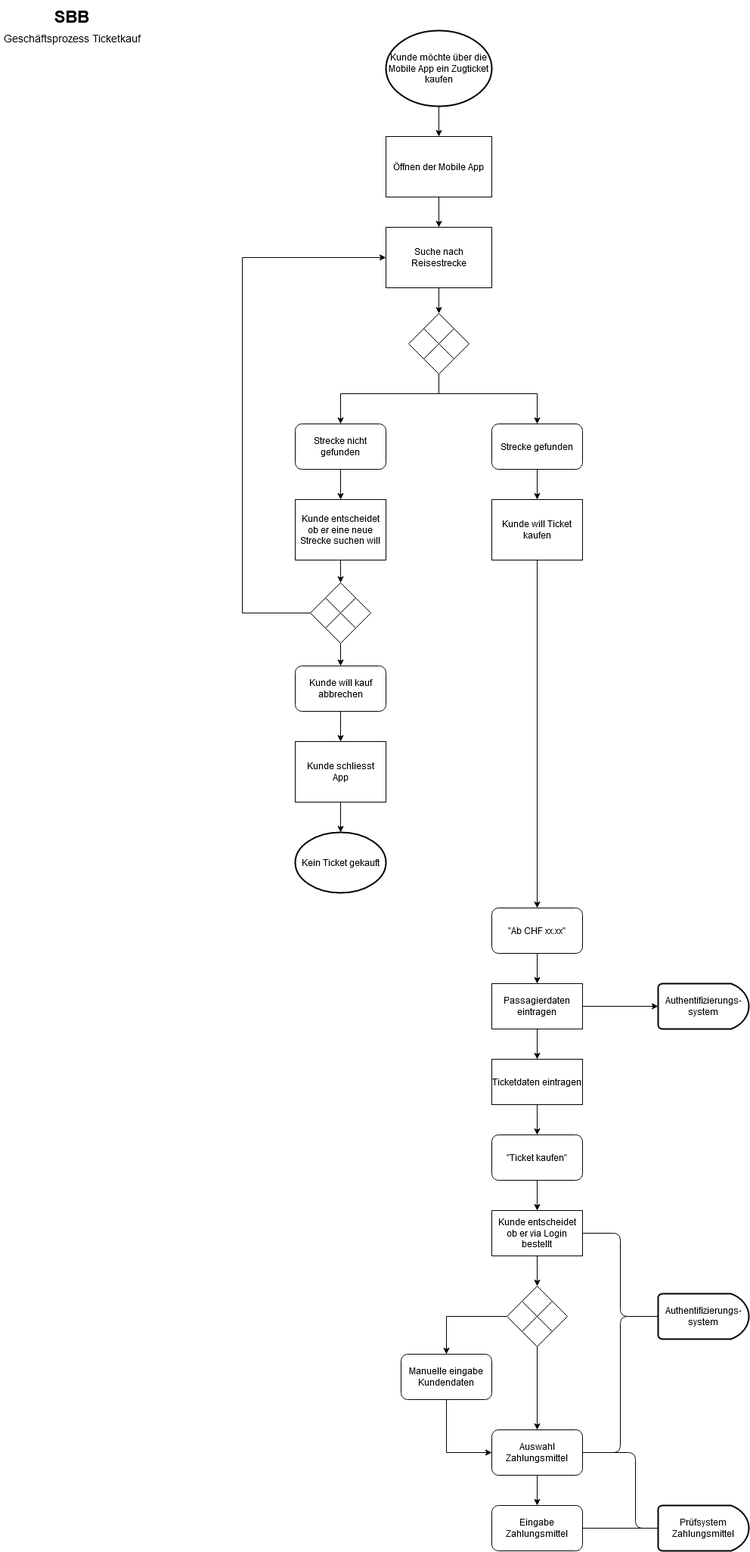
Above: ablaufdiagramm.png in MokthecoolWok/m254 (draw.io), before the change. Source tidied: cells renumbered, new cells last; positions are measured from the earlier drawing's top-left corner, leaving out a move shared by most shapes.
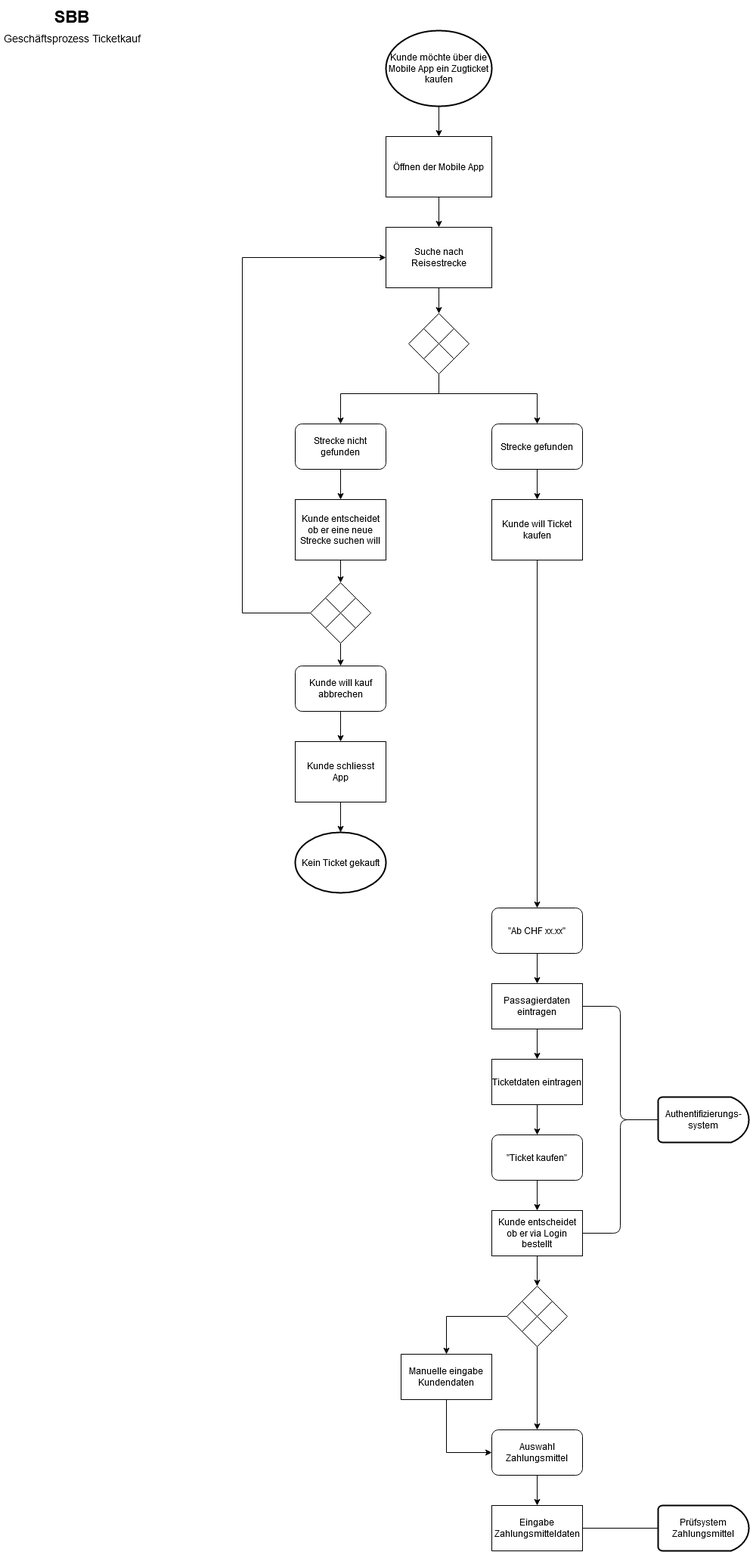
Above is the later version.

What changed in the source:
```diff
@@ -139,18 +139,12 @@
     <mxCell id="34" value="Kein Ticket gekauft" style="strokeWidth=2;html=1;shape=mxgraph.flowchart.start_1;whiteSpace=wrap;" parent="1" vertex="1">
       <mxGeometry x="390" y="1100" width="120" height="80" as="geometry" />
     </mxCell>
-    <mxCell id="35" style="edgeStyle=orthogonalEdgeStyle;rounded=0;jettySize=auto;html=1;entryX=0;entryY=0.5;entryDx=0;entryDy=0;entryPerimeter=0;" parent="1" edge="1" source="37" target="38">
-      <mxGeometry relative="1" as="geometry" />
-    </mxCell>
     <mxCell id="36" style="edgeStyle=orthogonalEdgeStyle;rounded=0;jettySize=auto;html=1;" parent="1" edge="1" source="37" target="40">
       <mxGeometry relative="1" as="geometry" />
     </mxCell>
     <mxCell id="37" value="Passagierdaten eintragen" style="rounded=0;whiteSpace=wrap;html=1;" parent="1" vertex="1">
       <mxGeometry x="650" y="1300" width="120" height="60" as="geometry" />
     </mxCell>
-    <mxCell id="38" value="Authentifizierungs-system" style="strokeWidth=2;html=1;shape=mxgraph.flowchart.delay;whiteSpace=wrap;" parent="1" vertex="1">
-      <mxGeometry x="870" y="1300" width="120" height="60" as="geometry" />
-    </mxCell>
     <mxCell id="39" style="edgeStyle=orthogonalEdgeStyle;rounded=0;jettySize=auto;html=1;entryX=0.5;entryY=0;entryDx=0;entryDy=0;" parent="1" edge="1" source="40" target="42">
       <mxGeometry relative="1" as="geometry" />
     </mxCell>
@@ -183,8 +177,9 @@
     <mxCell id="48" style="endArrow=none;html=1;entryX=1;entryY=1;entryDx=0;entryDy=0;exitX=0;exitY=0;exitDx=0;exitDy=0;" parent="45" edge="1" source="46" target="46">
       <mxGeometry relative="1" as="geometry" />
     </mxCell>
-    <mxCell id="49" style="edgeStyle=orthogonalEdgeStyle;rounded=0;jettySize=auto;html=1;entryX=0;entryY=0.5;entryDx=0;entryDy=0;exitX=0.5;exitY=1;exitDx=0;exitDy=0;" parent="1" edge="1" source="60">
+    <mxCell id="49" style="edgeStyle=orthogonalEdgeStyle;rounded=0;orthogonalLoop=1;jettySize=auto;html=1;entryX=0;entryY=0.5;entryDx=0;entryDy=0;exitX=0.5;exitY=1;exitDx=0;exitDy=0;" parent="1" edge="1">
       <mxGeometry relative="1" as="geometry">
+        <mxPoint x="590" y="1850" as="sourcePoint" />
         <mxPoint x="650" y="1920" as="targetPoint" />
         <Array as="points">
           <mxPoint x="590" y="1920" />
@@ -194,11 +189,13 @@
     <mxCell id="50" style="edgeStyle=orthogonalEdgeStyle;rounded=0;jettySize=auto;html=1;" parent="1" edge="1" source="46" target="58">
       <mxGeometry relative="1" as="geometry" />
     </mxCell>
-    <mxCell id="51" style="edgeStyle=orthogonalEdgeStyle;rounded=0;jettySize=auto;html=1;entryX=0.5;entryY=0;entryDx=0;entryDy=0;" parent="1" edge="1" source="46" target="60">
-      <mxGeometry relative="1" as="geometry" />
+    <mxCell id="51" style="edgeStyle=orthogonalEdgeStyle;rounded=0;jettySize=auto;html=1;entryX=0.5;entryY=0;entryDx=0;entryDy=0;" parent="1" edge="1" source="46">
+      <mxGeometry relative="1" as="geometry">
+        <mxPoint x="590" y="1790" as="targetPoint" />
+      </mxGeometry>
     </mxCell>
     <mxCell id="52" value="Authentifizierungs-system" style="strokeWidth=2;html=1;shape=mxgraph.flowchart.delay;whiteSpace=wrap;" parent="1" vertex="1">
-      <mxGeometry x="870" y="1710" width="120" height="60" as="geometry" />
+      <mxGeometry x="870" y="1450" width="120" height="60" as="geometry" />
     </mxCell>
     <mxCell id="53" value="&lt;div style=&quot;font-size: 22px&quot;&gt;&lt;font style=&quot;font-size: 22px&quot;&gt;&lt;b&gt;&lt;font style=&quot;font-size: 22px&quot;&gt;SBB&lt;/font&gt;&lt;/b&gt;&lt;br&gt;&lt;/font&gt;&lt;/div&gt;&lt;div style=&quot;font-size: 22px&quot;&gt;&lt;font style=&quot;font-size: 14px&quot;&gt;Geschäftsprozess Ticketkauf&lt;/font&gt;&lt;/div&gt;" style="text;html=1;strokeColor=none;fillColor=none;align=center;verticalAlign=middle;whiteSpace=wrap;rounded=0;labelBorderColor=none;spacing=0;spacingTop=0;" parent="1" vertex="1">
       <mxGeometry width="190" height="70" as="geometry" />
@@ -206,44 +203,40 @@
     <mxCell id="54" value="Prüfsystem Zahlungsmittel" style="strokeWidth=2;html=1;shape=mxgraph.flowchart.delay;whiteSpace=wrap;" parent="1" vertex="1">
       <mxGeometry x="870" y="1990" width="120" height="60" as="geometry" />
     </mxCell>
-    <mxCell id="55" style="endArrow=none;html=1;entryX=0;entryY=0.5;entryDx=0;entryDy=0;entryPerimeter=0;exitX=1;exitY=0.5;exitDx=0;exitDy=0;" parent="1" edge="1" source="58" target="52">
-      <mxGeometry relative="1" as="geometry">
-        <Array as="points">
-          <mxPoint x="820" y="1920" />
-          <mxPoint x="820" y="1740" />
-        </Array>
-      </mxGeometry>
-    </mxCell>
     <mxCell id="56" style="endArrow=none;html=1;entryX=1;entryY=0.5;entryDx=0;entryDy=0;exitX=0;exitY=0.5;exitDx=0;exitDy=0;exitPerimeter=0;" parent="1" edge="1" source="52" target="44">
       <mxGeometry relative="1" as="geometry">
         <Array as="points">
-          <mxPoint x="820" y="1740" />
+          <mxPoint x="820" y="1480" />
           <mxPoint x="820" y="1630" />
         </Array>
       </mxGeometry>
     </mxCell>
-    <mxCell id="57" style="edgeStyle=none;rounded=0;jettySize=auto;html=1;entryX=0.5;entryY=0;entryDx=0;entryDy=0;" parent="1" edge="1" source="58" target="59">
-      <mxGeometry relative="1" as="geometry" />
+    <mxCell id="57" style="edgeStyle=none;rounded=0;jettySize=auto;html=1;entryX=0.5;entryY=0;entryDx=0;entryDy=0;" parent="1" edge="1" source="58">
+      <mxGeometry relative="1" as="geometry">
+        <mxPoint x="710" y="1990" as="targetPoint" />
+      </mxGeometry>
     </mxCell>
     <mxCell id="58" value="Auswahl Zahlungsmittel" style="rounded=1;whiteSpace=wrap;html=1;" parent="1" vertex="1">
       <mxGeometry x="650" y="1890" width="120" height="60" as="geometry" />
     </mxCell>
-    <mxCell id="59" value="Eingabe Zahlungsmittel" style="rounded=1;whiteSpace=wrap;html=1;" parent="1" vertex="1">
-      <mxGeometry x="650" y="1990" width="120" height="60" as="geometry" />
-    </mxCell>
+    <mxCell id="61" style="endArrow=none;html=1;exitX=1;exitY=0.5;exitDx=0;exitDy=0;entryX=0;entryY=0.5;entryDx=0;entryDy=0;entryPerimeter=0;" parent="1" edge="1" target="54">
+      <mxGeometry relative="1" as="geometry">
+        <mxPoint x="770" y="2020" as="sourcePoint" />
+      </mxGeometry>
+    </mxCell>
+    <mxCell id="63" style="endArrow=none;html=1;exitX=1;exitY=0.5;exitDx=0;exitDy=0;entryX=0;entryY=0.5;entryDx=0;entryDy=0;entryPerimeter=0;" parent="1" edge="1" source="37" target="52">
+      <mxGeometry relative="1" as="geometry">
+        <Array as="points">
+          <mxPoint x="820" y="1330" />
+          <mxPoint x="820" y="1480" />
+        </Array>
+      </mxGeometry>
+    </mxCell>
-    <mxCell id="60" value="Manuelle eingabe Kundendaten" style="rounded=1;whiteSpace=wrap;html=1;" parent="1" vertex="1">
+    <mxCell id="60" value="Manuelle eingabe Kundendaten" style="rounded=0;whiteSpace=wrap;html=1;" parent="1" vertex="1">
       <mxGeometry x="530" y="1790" width="120" height="60" as="geometry" />
     </mxCell>
-    <mxCell id="61" style="endArrow=none;html=1;exitX=1;exitY=0.5;exitDx=0;exitDy=0;entryX=0;entryY=0.5;entryDx=0;entryDy=0;entryPerimeter=0;" parent="1" edge="1" source="59" target="54">
-      <mxGeometry relative="1" as="geometry" />
-    </mxCell>
-    <mxCell id="62" style="endArrow=none;html=1;exitX=1;exitY=0.5;exitDx=0;exitDy=0;entryX=0;entryY=0.5;entryDx=0;entryDy=0;entryPerimeter=0;" parent="1" edge="1" source="58" target="54">
-      <mxGeometry relative="1" as="geometry">
-        <Array as="points">
-          <mxPoint x="840" y="1920" />
-          <mxPoint x="840" y="2020" />
-        </Array>
-      </mxGeometry>
-    </mxCell>
+    <mxCell id="64" value="Eingabe Zahlungsmitteldaten" style="rounded=0;whiteSpace=wrap;html=1;" parent="1" vertex="1">
+      <mxGeometry x="650" y="1990" width="120" height="60" as="geometry" />
+    </mxCell>
   </root>
 </mxGraphModel>
```
